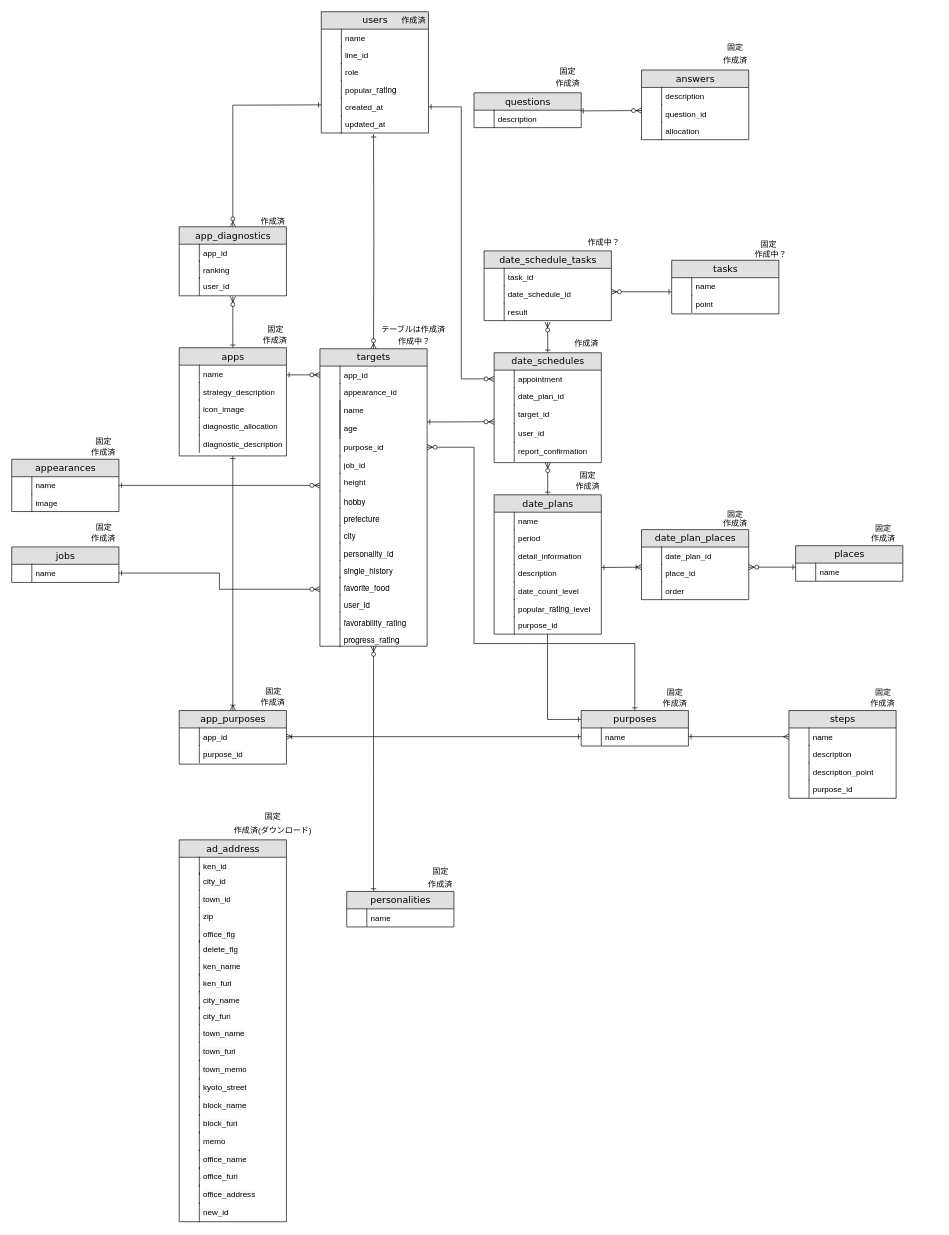
Before: Untitled Diagram.drawio in kstar0102/ryuki0102, a draw.io diagram. Source tidied: cells renumbered, new cells numbered last; positions are measured from the earlier drawing's top-left corner, leaving out a move shared by most shapes. Both pictures are drawn from the tidied source at 67%, with x=0, y=0 at pixel (11, 11).
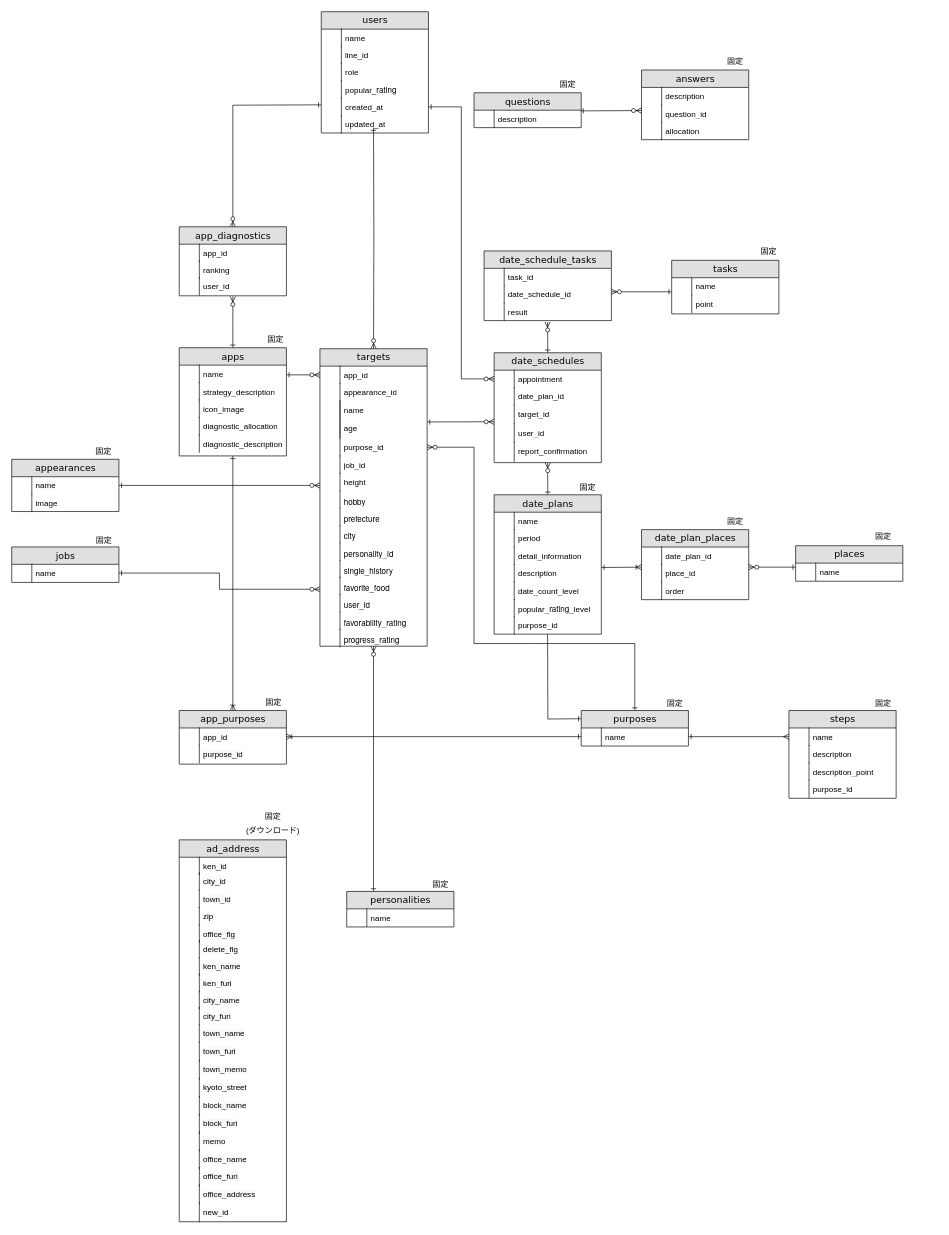
The same diagram, later.

Unchanged cells that the change refers to:
```xml
<mxCell id="17" value="targets" style="swimlane;html=1;fontStyle=0;horizontal=1;startSize=26;fillColor=#e0e0e0;swimlaneFillColor=#ffffff;align=center;rounded=0;shadow=0;comic=0;labelBackgroundColor=none;strokeWidth=1;fontFamily=Verdana;fontSize=14;" parent="1" vertex="1">
  <mxGeometry x="460" y="503" width="160" height="444" as="geometry" />
</mxCell>
<mxCell id="101" value="purposes" style="swimlane;html=1;fontStyle=0;horizontal=1;startSize=26;fillColor=#e0e0e0;swimlaneFillColor=#ffffff;align=center;rounded=0;shadow=0;comic=0;labelBackgroundColor=none;strokeWidth=1;fontFamily=Verdana;fontSize=14;" parent="1" vertex="1">
  <mxGeometry x="850" y="1043" width="160" height="53" as="geometry" />
</mxCell>
<mxCell id="138" value="popular_&lt;span style=&quot;font-family: &amp;#34;helvetica neue&amp;#34;&quot;&gt;rating&lt;/span&gt;_level" style="shape=partialRectangle;top=0;left=0;right=0;bottom=0;html=1;align=left;verticalAlign=top;fillColor=none;spacingLeft=34;spacingRight=4;whiteSpace=wrap;overflow=hidden;points=[[0,0.5],[1,0.5]];portConstraint=eastwest;" parent="127" vertex="1">
  <mxGeometry y="156" width="160" height="26" as="geometry" />
</mxCell>
```

The edit, as a diff of the source:
```diff
@@
     <mxCell id="82" style="edgeStyle=orthogonalEdgeStyle;rounded=0;jettySize=auto;html=1;startArrow=ERone;startFill=0;endArrow=ERzeroToMany;endFill=1;entryX=0.5;entryY=0;entryDx=0;entryDy=0;" parent="1" edge="1" target="17">
       <mxGeometry relative="1" as="geometry">
-        <mxPoint x="540" y="183" as="sourcePoint" />
+        <mxPoint x="540" y="173" as="sourcePoint" />
       </mxGeometry>
     </mxCell>
@@
-    <mxCell id="100" style="edgeStyle=orthogonalEdgeStyle;rounded=0;jettySize=auto;html=1;exitX=0;exitY=0.25;exitDx=0;exitDy=0;entryX=0.498;entryY=0.962;entryDx=0;entryDy=0;entryPerimeter=0;startArrow=ERone;startFill=0;endArrow=ERmany;endFill=0;" parent="1" edge="1" source="101" target="138">
-      <mxGeometry relative="1" as="geometry" />
+    <mxCell id="100" style="edgeStyle=orthogonalEdgeStyle;rounded=0;orthogonalLoop=1;jettySize=auto;html=1;exitX=0;exitY=0.25;exitDx=0;exitDy=0;entryX=0.498;entryY=0.962;entryDx=0;entryDy=0;entryPerimeter=0;startArrow=ERone;startFill=0;endArrow=ERmany;endFill=0;" parent="1" edge="1">
+      <mxGeometry relative="1" as="geometry">
+        <mxPoint x="850" y="1055.2" as="sourcePoint" />
+        <mxPoint x="799.7" y="901" as="targetPoint" />
+      </mxGeometry>
     </mxCell>
@@
-    <mxCell id="171" value="作成済" style="text;html=1;strokeColor=none;fillColor=none;align=center;verticalAlign=middle;whiteSpace=wrap;rounded=0;" parent="1" vertex="1">
-      <mxGeometry x="580" y="3" width="40" height="20" as="geometry" />
-    </mxCell>
-    <mxCell id="172" value="作成済" style="text;html=1;strokeColor=none;fillColor=none;align=center;verticalAlign=middle;whiteSpace=wrap;rounded=0;" parent="1" vertex="1">
-      <mxGeometry x="810" y="97" width="40" height="20" as="geometry" />
-    </mxCell>
-    <mxCell id="173" value="作成済" style="text;html=1;strokeColor=none;fillColor=none;align=center;verticalAlign=middle;whiteSpace=wrap;rounded=0;" parent="1" vertex="1">
-      <mxGeometry x="1060" y="63" width="40" height="20" as="geometry" />
-    </mxCell>
-    <mxCell id="174" value="作成済" style="text;html=1;strokeColor=none;fillColor=none;align=center;verticalAlign=middle;whiteSpace=wrap;rounded=0;" parent="1" vertex="1">
-      <mxGeometry x="370" y="303" width="40" height="20" as="geometry" />
-    </mxCell>
-    <mxCell id="175" value="作成済" style="text;html=1;strokeColor=none;fillColor=none;align=center;verticalAlign=middle;whiteSpace=wrap;rounded=0;" parent="1" vertex="1">
-      <mxGeometry x="373" y="481" width="40" height="20" as="geometry" />
-    </mxCell>
-    <mxCell id="176" value="作成済" style="text;html=1;strokeColor=none;fillColor=none;align=center;verticalAlign=middle;whiteSpace=wrap;rounded=0;" parent="1" vertex="1">
-      <mxGeometry x="310" y="1021" width="160" height="20" as="geometry" />
-    </mxCell>
-    <mxCell id="177" value="作成済" style="text;html=1;strokeColor=none;fillColor=none;align=center;verticalAlign=middle;whiteSpace=wrap;rounded=0;" parent="1" vertex="1">
-      <mxGeometry x="910" y="1023" width="160" height="20" as="geometry" />
-    </mxCell>
-    <mxCell id="178" value="作成済" style="text;html=1;strokeColor=none;fillColor=none;align=center;verticalAlign=middle;whiteSpace=wrap;rounded=0;" parent="1" vertex="1">
-      <mxGeometry x="1220" y="1022" width="160" height="20" as="geometry" />
-    </mxCell>
-    <mxCell id="179" value="作成済" style="text;html=1;strokeColor=none;fillColor=none;align=center;verticalAlign=middle;whiteSpace=wrap;rounded=0;" parent="1" vertex="1">
-      <mxGeometry x="780" y="699" width="160" height="20" as="geometry" />
-    </mxCell>
     <mxCell id="180" value="固定" style="text;html=1;strokeColor=none;fillColor=none;align=center;verticalAlign=middle;whiteSpace=wrap;rounded=0;" parent="1" vertex="1">
-      <mxGeometry x="810" y="79" width="40" height="20" as="geometry" />
+      <mxGeometry x="810" y="99" width="40" height="20" as="geometry" />
     </mxCell>
     <mxCell id="181" value="固定" style="text;html=1;strokeColor=none;fillColor=none;align=center;verticalAlign=middle;whiteSpace=wrap;rounded=0;" parent="1" vertex="1">
-      <mxGeometry x="1060" y="43" width="40" height="20" as="geometry" />
+      <mxGeometry x="1060" y="64" width="40" height="20" as="geometry" />
     </mxCell>
     <mxCell id="182" value="固定" style="text;html=1;strokeColor=none;fillColor=none;align=center;verticalAlign=middle;whiteSpace=wrap;rounded=0;" parent="1" vertex="1">
-      <mxGeometry x="374" y="465" width="40" height="20" as="geometry" />
+      <mxGeometry x="374" y="480" width="40" height="20" as="geometry" />
     </mxCell>
     <mxCell id="183" value="固定" style="text;html=1;strokeColor=none;fillColor=none;align=center;verticalAlign=middle;whiteSpace=wrap;rounded=0;" parent="1" vertex="1">
-      <mxGeometry x="970" y="1007" width="40" height="20" as="geometry" />
+      <mxGeometry x="970" y="1022" width="40" height="20" as="geometry" />
     </mxCell>
     <mxCell id="184" value="固定" style="text;html=1;strokeColor=none;fillColor=none;align=center;verticalAlign=middle;whiteSpace=wrap;rounded=0;" parent="1" vertex="1">
-      <mxGeometry x="371" y="1005" width="40" height="20" as="geometry" />
+      <mxGeometry x="371" y="1021" width="40" height="20" as="geometry" />
     </mxCell>
     <mxCell id="185" value="固定" style="text;html=1;strokeColor=none;fillColor=none;align=center;verticalAlign=middle;whiteSpace=wrap;rounded=0;" parent="1" vertex="1">
-      <mxGeometry x="1281" y="1007" width="40" height="20" as="geometry" />
+      <mxGeometry x="1281" y="1023" width="40" height="20" as="geometry" />
     </mxCell>
     <mxCell id="186" value="固定" style="text;html=1;strokeColor=none;fillColor=none;align=center;verticalAlign=middle;whiteSpace=wrap;rounded=0;" parent="1" vertex="1">
-      <mxGeometry x="840" y="683" width="40" height="20" as="geometry" />
+      <mxGeometry x="840" y="700" width="40" height="20" as="geometry" />
     </mxCell>
     <mxCell id="187" value="固定" style="text;html=1;strokeColor=none;fillColor=none;align=center;verticalAlign=middle;whiteSpace=wrap;rounded=0;" parent="1" vertex="1">
-      <mxGeometry x="1055" y="740" width="50" height="20" as="geometry" />
+      <mxGeometry x="1055" y="751" width="50" height="20" as="geometry" />
     </mxCell>
-    <mxCell id="188" value="作成済" style="text;html=1;strokeColor=none;fillColor=none;align=center;verticalAlign=middle;whiteSpace=wrap;rounded=0;" parent="1" vertex="1">
-      <mxGeometry x="1000" y="754" width="160" height="20" as="geometry" />
-    </mxCell>
     <mxCell id="189" value="固定" style="text;html=1;strokeColor=none;fillColor=none;align=center;verticalAlign=middle;whiteSpace=wrap;rounded=0;" parent="1" vertex="1">
-      <mxGeometry x="1276" y="761" width="50" height="20" as="geometry" />
+      <mxGeometry x="1276" y="774" width="50" height="20" as="geometry" />
     </mxCell>
-    <mxCell id="190" value="作成済" style="text;html=1;strokeColor=none;fillColor=none;align=center;verticalAlign=middle;whiteSpace=wrap;rounded=0;" parent="1" vertex="1">
-      <mxGeometry x="1221" y="777" width="160" height="20" as="geometry" />
-    </mxCell>
-    <mxCell id="191" value="作成済" style="text;html=1;strokeColor=none;fillColor=none;align=center;verticalAlign=middle;whiteSpace=wrap;rounded=0;" parent="1" vertex="1">
-      <mxGeometry x="107" y="776" width="60" height="20" as="geometry" />
-    </mxCell>
     <mxCell id="192" value="固定" style="text;html=1;strokeColor=none;fillColor=none;align=center;verticalAlign=middle;whiteSpace=wrap;rounded=0;" parent="1" vertex="1">
-      <mxGeometry x="83" y="760" width="110" height="20" as="geometry" />
+      <mxGeometry x="83" y="779" width="110" height="20" as="geometry" />
     </mxCell>
@@
-    <mxCell id="238" value="作成済(ダウンロード)" style="text;html=1;strokeColor=none;fillColor=none;align=center;verticalAlign=middle;whiteSpace=wrap;rounded=0;" parent="1" vertex="1">
+    <mxCell id="238" value="(ダウンロード)" style="text;html=1;strokeColor=none;fillColor=none;align=center;verticalAlign=middle;whiteSpace=wrap;rounded=0;" parent="1" vertex="1">
       <mxGeometry x="330" y="1212" width="120" height="20" as="geometry" />
     </mxCell>
     <mxCell id="239" value="固定" style="text;html=1;strokeColor=none;fillColor=none;align=center;verticalAlign=middle;whiteSpace=wrap;rounded=0;" parent="1" vertex="1">
-      <mxGeometry x="620" y="1273" width="40" height="20" as="geometry" />
+      <mxGeometry x="620" y="1293" width="40" height="20" as="geometry" />
     </mxCell>
-    <mxCell id="240" value="作成済" style="text;html=1;strokeColor=none;fillColor=none;align=center;verticalAlign=middle;whiteSpace=wrap;rounded=0;" parent="1" vertex="1">
-      <mxGeometry x="620" y="1293" width="40" height="20" as="geometry" />
-    </mxCell>
@@
     <mxCell id="243" value="固定" style="text;html=1;strokeColor=none;fillColor=none;align=center;verticalAlign=middle;whiteSpace=wrap;rounded=0;" parent="1" vertex="1">
-      <mxGeometry x="82" y="630.5" width="110" height="20" as="geometry" />
+      <mxGeometry x="82" y="646.5" width="110" height="20" as="geometry" />
     </mxCell>
-    <mxCell id="244" value="作成済" style="text;html=1;strokeColor=none;fillColor=none;align=center;verticalAlign=middle;whiteSpace=wrap;rounded=0;" parent="1" vertex="1">
-      <mxGeometry x="82" y="647.5" width="110" height="20" as="geometry" />
-    </mxCell>
-    <mxCell id="245" value="テーブルは作成済" style="text;html=1;strokeColor=none;fillColor=none;align=center;verticalAlign=middle;whiteSpace=wrap;rounded=0;" parent="1" vertex="1">
-      <mxGeometry x="549" y="465" width="101" height="20" as="geometry" />
-    </mxCell>
-    <mxCell id="246" value="作成中？" style="text;html=1;strokeColor=none;fillColor=none;align=center;verticalAlign=middle;whiteSpace=wrap;rounded=0;" parent="1" vertex="1">
-      <mxGeometry x="557" y="483" width="88" height="20" as="geometry" />
-    </mxCell>
-    <mxCell id="247" value="作成済" style="text;html=1;strokeColor=none;fillColor=none;align=center;verticalAlign=middle;whiteSpace=wrap;rounded=0;" parent="1" vertex="1">
-      <mxGeometry x="828" y="486" width="60" height="20" as="geometry" />
-    </mxCell>
     <mxCell id="248" value="固定" style="text;html=1;strokeColor=none;fillColor=none;align=center;verticalAlign=middle;whiteSpace=wrap;rounded=0;" parent="1" vertex="1">
-      <mxGeometry x="1110" y="337" width="40" height="20" as="geometry" />
+      <mxGeometry x="1110" y="348" width="40" height="20" as="geometry" />
     </mxCell>
-    <mxCell id="249" value="作成中？" style="text;html=1;strokeColor=none;fillColor=none;align=center;verticalAlign=middle;whiteSpace=wrap;rounded=0;" parent="1" vertex="1">
-      <mxGeometry x="1089" y="352" width="88" height="20" as="geometry" />
-    </mxCell>
-    <mxCell id="250" value="作成中？" style="text;html=1;strokeColor=none;fillColor=none;align=center;verticalAlign=middle;whiteSpace=wrap;rounded=0;" parent="1" vertex="1">
-      <mxGeometry x="840" y="334" width="88" height="20" as="geometry" />
-    </mxCell>
```
